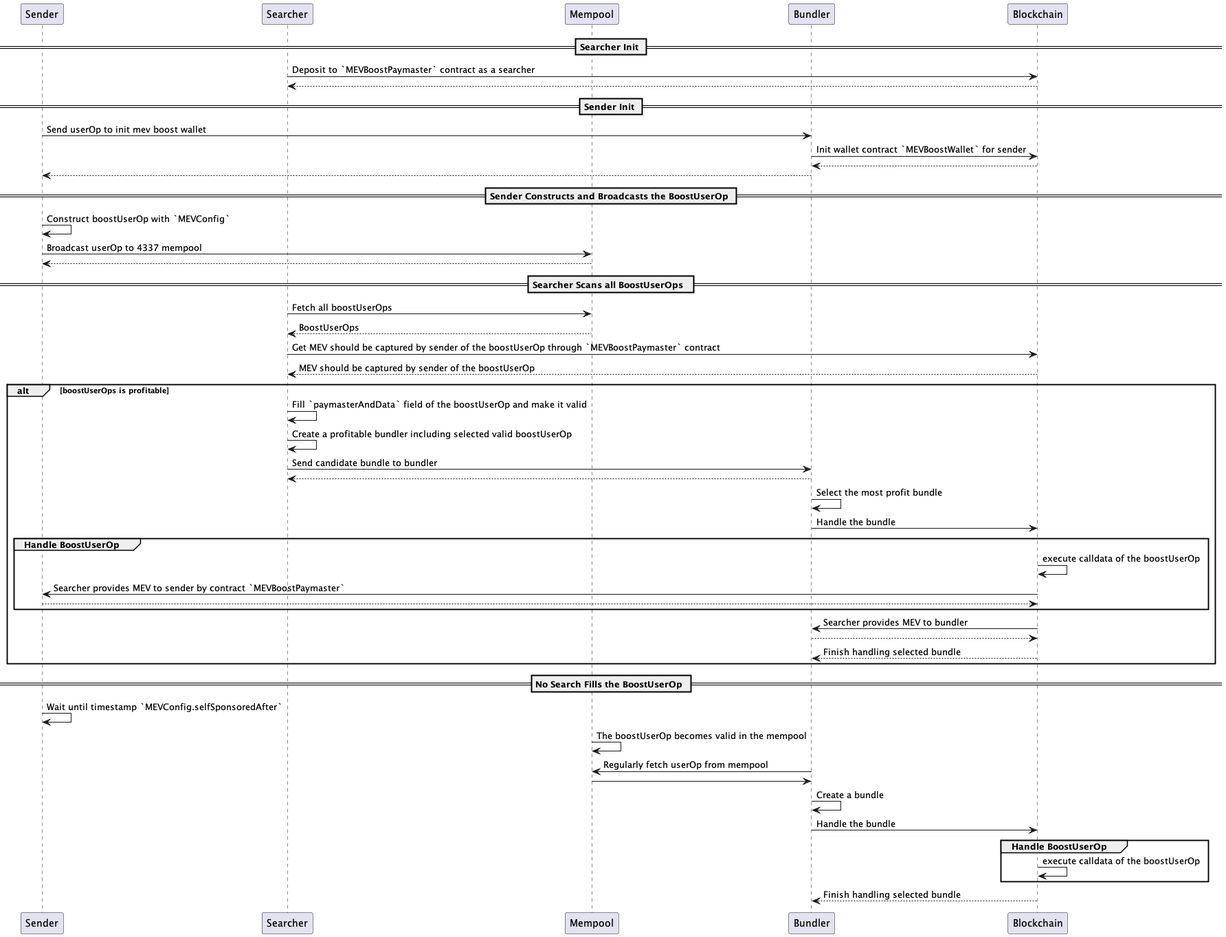
Before: graphs/interaction.png, a diagram exported from PlantUML (MEVBoostAA/mev-boost-aa). Its diagram source:
```plantuml
@startuml
participant Sender
participant Searcher
participant Mempool
participant Bundler
participant Blockchain

== Searcher Init ==
Searcher -> Blockchain: Deposit to `MEVBoostPaymaster` contract as a searcher
Blockchain --> Searcher

== Sender Init ==
Sender -> Bundler: Send userOp to init mev boost wallet
Bundler -> Blockchain: Init wallet contract `MEVBoostWallet` for sender
Blockchain --> Bundler
Bundler --> Sender

== Sender Constructs and Broadcasts the BoostUserOp ==
Sender -> Sender: Construct boostUserOp with `MEVConfig`
Sender -> Mempool: Broadcast userOp to 4337 mempool
Mempool --> Sender

== Searcher Scans all BoostUserOps  ==
Searcher -> Mempool: Fetch all boostUserOps
Mempool --> Searcher: BoostUserOps
Searcher -> Blockchain: Get MEV should be captured by sender of the boostUserOp through `MEVBoostPaymaster` contract
Blockchain --> Searcher:  MEV should be captured by sender of the boostUserOp
alt boostUserOps is profitable
Searcher -> Searcher: Fill `paymasterAndData` field of the boostUserOp and make it valid
Searcher -> Searcher: Create a profitable bundler including selected valid boostUserOp
Searcher -> Bundler: Send candidate bundle to bundler
Bundler --> Searcher
Bundler -> Bundler: Select the most profit bundle
Bundler -> Blockchain: Handle the bundle
group Handle BoostUserOp
Blockchain -> Blockchain: execute calldata of the boostUserOp
Blockchain -> Sender: Searcher provides MEV to sender by contract `MEVBoostPaymaster`
Sender --> Blockchain
end
Blockchain -> Bundler: Searcher provides MEV to bundler
Bundler --> Blockchain
Blockchain --> Bundler: Finish handling selected bundle
end

== No Search Fills the BoostUserOp ==
Sender -> Sender: Wait until timestamp `MEVConfig.selfSponsoredAfter`
Mempool -> Mempool: The boostUserOp becomes valid in the mempool
Bundler -> Mempool: Regularly fetch userOp from mempool
Mempool -> Bundler:
Bundler -> Bundler: Create a bundle
Bundler -> Blockchain: Handle the bundle
group Handle BoostUserOp
Blockchain -> Blockchain: execute calldata of the boostUserOp
end
Blockchain --> Bundler: Finish handling selected bundle
@enduml
```
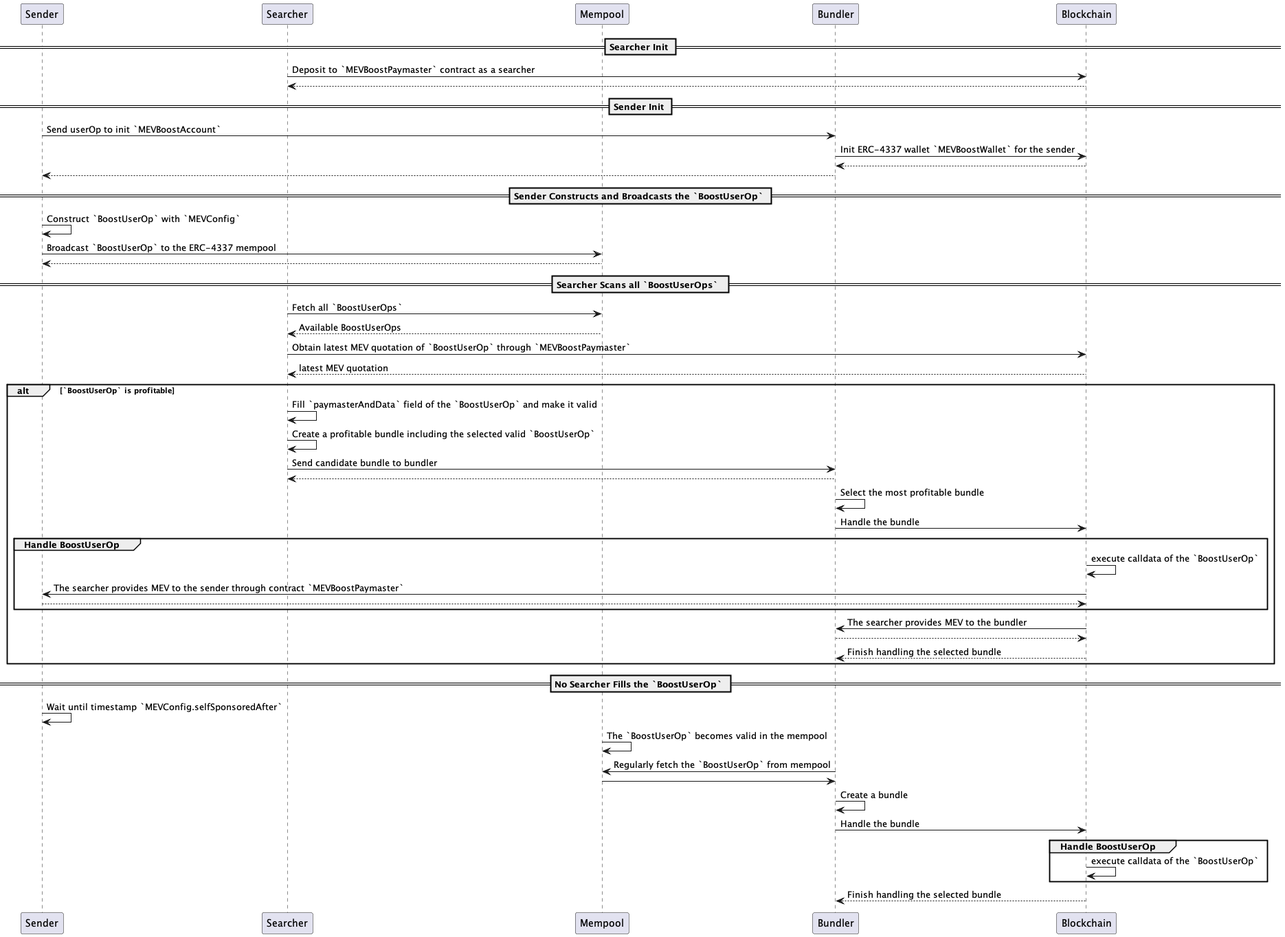
The same diagram one commit later.

Change to the diagram source:
```diff
@@ -10,47 +10,47 @@
 Blockchain --> Searcher
 
 == Sender Init ==
-Sender -> Bundler: Send userOp to init mev boost wallet
-Bundler -> Blockchain: Init wallet contract `MEVBoostWallet` for sender
+Sender -> Bundler: Send userOp to init `MEVBoostAccount`
+Bundler -> Blockchain: Init ERC-4337 wallet `MEVBoostWallet` for the sender
 Blockchain --> Bundler
 Bundler --> Sender
 
-== Sender Constructs and Broadcasts the BoostUserOp ==
-Sender -> Sender: Construct boostUserOp with `MEVConfig`
-Sender -> Mempool: Broadcast userOp to 4337 mempool
+== Sender Constructs and Broadcasts the `BoostUserOp` ==
+Sender -> Sender: Construct `BoostUserOp` with `MEVConfig`
+Sender -> Mempool: Broadcast `BoostUserOp` to the ERC-4337 mempool
 Mempool --> Sender
 
-== Searcher Scans all BoostUserOps  ==
-Searcher -> Mempool: Fetch all boostUserOps
-Mempool --> Searcher: BoostUserOps
-Searcher -> Blockchain: Get MEV should be captured by sender of the boostUserOp through `MEVBoostPaymaster` contract
-Blockchain --> Searcher:  MEV should be captured by sender of the boostUserOp
-alt boostUserOps is profitable
-Searcher -> Searcher: Fill `paymasterAndData` field of the boostUserOp and make it valid
-Searcher -> Searcher: Create a profitable bundler including selected valid boostUserOp
+== Searcher Scans all `BoostUserOps`  ==
+Searcher -> Mempool: Fetch all `BoostUserOps`
+Mempool --> Searcher: Available BoostUserOps
+Searcher -> Blockchain: Obtain latest MEV quotation of `BoostUserOp` through `MEVBoostPaymaster`
+Blockchain --> Searcher:  latest MEV quotation
+alt `BoostUserOp` is profitable
+Searcher -> Searcher: Fill `paymasterAndData` field of the `BoostUserOp` and make it valid
+Searcher -> Searcher: Create a profitable bundle including the selected valid `BoostUserOp`
 Searcher -> Bundler: Send candidate bundle to bundler
 Bundler --> Searcher
-Bundler -> Bundler: Select the most profit bundle
+Bundler -> Bundler: Select the most profitable bundle
 Bundler -> Blockchain: Handle the bundle
 group Handle BoostUserOp
-Blockchain -> Blockchain: execute calldata of the boostUserOp
-Blockchain -> Sender: Searcher provides MEV to sender by contract `MEVBoostPaymaster`
+Blockchain -> Blockchain: execute calldata of the `BoostUserOp`
+Blockchain -> Sender: The searcher provides MEV to the sender through contract `MEVBoostPaymaster`
 Sender --> Blockchain
 end
-Blockchain -> Bundler: Searcher provides MEV to bundler
+Blockchain -> Bundler: The searcher provides MEV to the bundler
 Bundler --> Blockchain
-Blockchain --> Bundler: Finish handling selected bundle
+Blockchain --> Bundler: Finish handling the selected bundle
 end
 
-== No Search Fills the BoostUserOp ==
+== No Searcher Fills the `BoostUserOp` ==
 Sender -> Sender: Wait until timestamp `MEVConfig.selfSponsoredAfter`
-Mempool -> Mempool: The boostUserOp becomes valid in the mempool
-Bundler -> Mempool: Regularly fetch userOp from mempool
+Mempool -> Mempool: The `BoostUserOp` becomes valid in the mempool
+Bundler -> Mempool: Regularly fetch the `BoostUserOp` from mempool
 Mempool -> Bundler:
 Bundler -> Bundler: Create a bundle
 Bundler -> Blockchain: Handle the bundle
 group Handle BoostUserOp
-Blockchain -> Blockchain: execute calldata of the boostUserOp
+Blockchain -> Blockchain: execute calldata of the `BoostUserOp`
 end
-Blockchain --> Bundler: Finish handling selected bundle
+Blockchain --> Bundler: Finish handling the selected bundle
 @enduml
```
